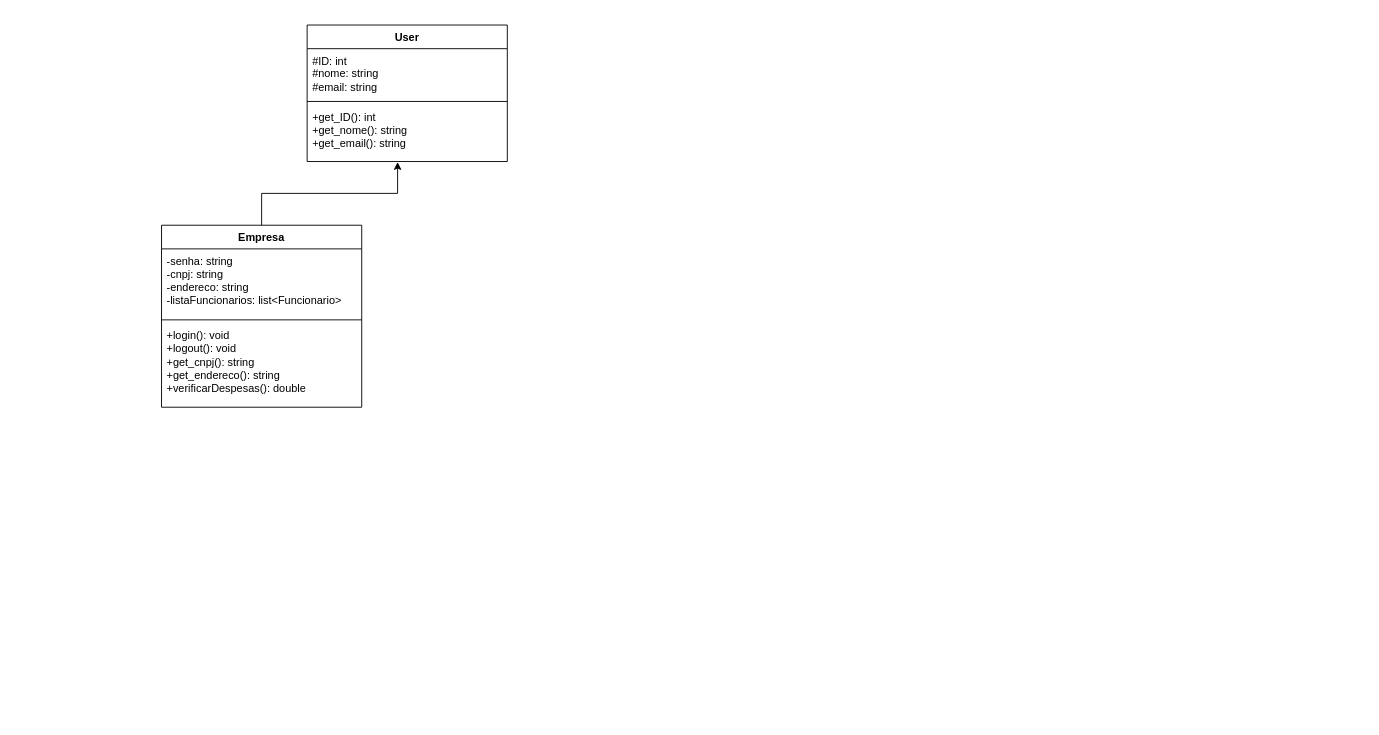
Above: Trabalho-APS.drawio in antoni0net0/Projeto-APS (draw.io), before the change. Source tidied: cells renumbered, new cells numbered last; positions are measured from the earlier drawing's top-left corner, leaving out a move shared by most shapes. Both pictures are drawn from the tidied source at 91%, with x=0, y=0 at pixel (161, 25).
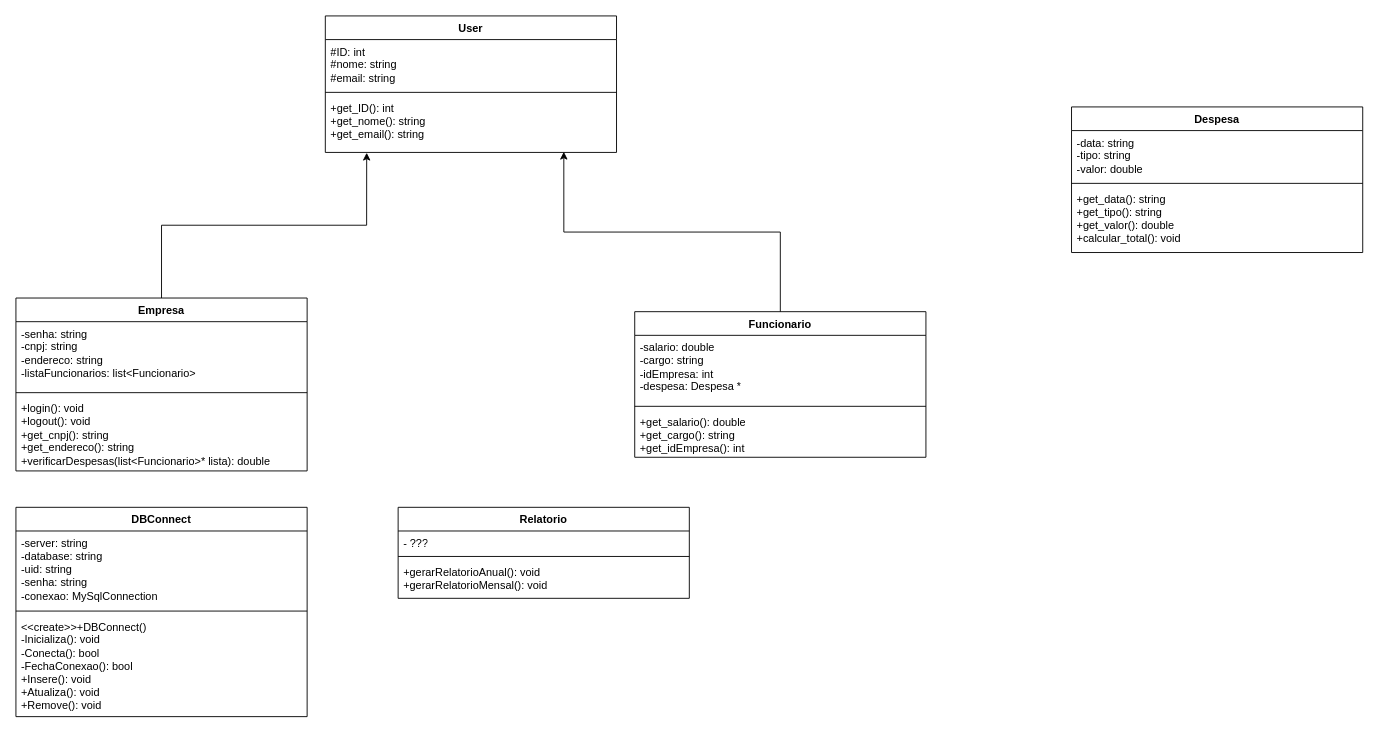
The same diagram, later.

Change to the diagram source:
```diff
@@
     <mxCell id="2" value="User" style="swimlane;fontStyle=1;align=center;verticalAlign=top;horizontal=1;startSize=26;whiteSpace=wrap;html=1;" parent="1" vertex="1">
-      <mxGeometry x="160" width="220" height="150" as="geometry" />
+      <mxGeometry x="180" y="-10" width="320" height="150" as="geometry" />
     </mxCell>
     <mxCell id="3" value="#ID: int&lt;div&gt;#nome: string&lt;/div&gt;&lt;div&gt;#email: string&lt;/div&gt;" style="text;strokeColor=none;fillColor=none;align=left;verticalAlign=top;spacingLeft=4;spacingRight=4;overflow=hidden;whiteSpace=wrap;html=1;" parent="2" vertex="1">
-      <mxGeometry y="26" width="220" height="54" as="geometry" />
+      <mxGeometry y="26" width="320" height="54" as="geometry" />
     </mxCell>
     <mxCell id="4" style="line;strokeWidth=1;fillColor=none;align=left;verticalAlign=middle;spacingTop=-1;spacingLeft=3;spacingRight=3;labelPosition=right;strokeColor=inherit;" parent="2" vertex="1">
-      <mxGeometry y="80" width="220" height="8" as="geometry" />
+      <mxGeometry y="80" width="320" height="8" as="geometry" />
     </mxCell>
     <mxCell id="5" value="+get_ID(): int&lt;div&gt;+get_nome(): string&lt;/div&gt;&lt;div&gt;+get_email(): string&lt;/div&gt;" style="text;strokeColor=none;fillColor=none;align=left;verticalAlign=top;spacingLeft=4;spacingRight=4;overflow=hidden;points=[[0,0.5],[1,0.5]];portConstraint=eastwest;whiteSpace=wrap;html=1;" parent="2" vertex="1">
-      <mxGeometry y="88" width="220" height="62" as="geometry" />
+      <mxGeometry y="88" width="320" height="62" as="geometry" />
     </mxCell>
     <mxCell id="6" value="Empresa" style="swimlane;fontStyle=1;align=center;verticalAlign=top;horizontal=1;startSize=26;whiteSpace=wrap;html=1;" parent="1" vertex="1">
-      <mxGeometry y="220" width="220" height="200" as="geometry" />
+      <mxGeometry x="-160" y="300" width="320" height="190" as="geometry" />
     </mxCell>
     <mxCell id="7" value="-senha: string&lt;div&gt;-cnpj: string&lt;/div&gt;&lt;div&gt;-endereco: string&lt;/div&gt;&lt;div&gt;-listaFuncionarios: list&amp;lt;Funcionario&amp;gt;&lt;br&gt;&lt;/div&gt;" style="text;strokeColor=none;fillColor=none;align=left;verticalAlign=top;spacingLeft=4;spacingRight=4;overflow=hidden;whiteSpace=wrap;html=1;" parent="6" vertex="1">
-      <mxGeometry y="26" width="220" height="74" as="geometry" />
+      <mxGeometry y="26" width="320" height="74" as="geometry" />
     </mxCell>
     <mxCell id="8" style="line;strokeWidth=1;fillColor=none;align=left;verticalAlign=middle;spacingTop=-1;spacingLeft=3;spacingRight=3;labelPosition=right;strokeColor=inherit;" parent="6" vertex="1">
-      <mxGeometry y="100" width="220" height="8" as="geometry" />
+      <mxGeometry y="100" width="320" height="8" as="geometry" />
     </mxCell>
-    <mxCell id="9" value="+login(): void&lt;div&gt;+logout(): void&lt;/div&gt;&lt;div&gt;&lt;div&gt;+get_cnpj(): string&lt;/div&gt;&lt;div&gt;&lt;div&gt;+get_endereco(): string&lt;/div&gt;&lt;div&gt;&lt;div&gt;+verificarDespesas(): double&lt;/div&gt;&lt;div&gt;&lt;br&gt;&lt;/div&gt;&lt;/div&gt;&lt;div&gt;&lt;br&gt;&lt;/div&gt;&lt;/div&gt;&lt;/div&gt;" style="text;strokeColor=none;fillColor=none;align=left;verticalAlign=top;spacingLeft=4;spacingRight=4;overflow=hidden;whiteSpace=wrap;html=1;" parent="6" vertex="1">
-      <mxGeometry y="108" width="220" height="92" as="geometry" />
+    <mxCell id="9" value="+login(): void&lt;div&gt;+logout(): void&lt;/div&gt;&lt;div&gt;&lt;div&gt;+get_cnpj(): string&lt;/div&gt;&lt;div&gt;&lt;div&gt;+get_endereco(): string&lt;/div&gt;&lt;div&gt;&lt;div&gt;+verificarDespesas(list&amp;lt;Funcionario&amp;gt;* lista): double&lt;/div&gt;&lt;div&gt;&lt;br&gt;&lt;/div&gt;&lt;/div&gt;&lt;div&gt;&lt;br&gt;&lt;/div&gt;&lt;/div&gt;&lt;/div&gt;" style="text;strokeColor=none;fillColor=none;align=left;verticalAlign=top;spacingLeft=4;spacingRight=4;overflow=hidden;whiteSpace=wrap;html=1;" parent="6" vertex="1">
+      <mxGeometry y="108" width="320" height="82" as="geometry" />
     </mxCell>
+    <mxCell id="11" value="Funcionario" style="swimlane;fontStyle=1;align=center;verticalAlign=top;horizontal=1;startSize=26;whiteSpace=wrap;html=1;" parent="1" vertex="1">
+      <mxGeometry x="520" y="315" width="320" height="160" as="geometry" />
+    </mxCell>
+    <mxCell id="12" value="-salario: double&lt;div&gt;-cargo: string&lt;/div&gt;&lt;div&gt;-idEmpresa: int&lt;/div&gt;&lt;div&gt;-despesa: Despesa *&lt;/div&gt;" style="text;strokeColor=none;fillColor=none;align=left;verticalAlign=top;spacingLeft=4;spacingRight=4;overflow=hidden;whiteSpace=wrap;html=1;" parent="11" vertex="1">
+      <mxGeometry y="26" width="320" height="74" as="geometry" />
+    </mxCell>
+    <mxCell id="13" style="line;strokeWidth=1;fillColor=none;align=left;verticalAlign=middle;spacingTop=-1;spacingLeft=3;spacingRight=3;labelPosition=right;strokeColor=inherit;" parent="11" vertex="1">
+      <mxGeometry y="100" width="320" height="8" as="geometry" />
+    </mxCell>
+    <mxCell id="14" value="+get_salario(): double&lt;div&gt;+get_cargo(): string&lt;/div&gt;&lt;div&gt;+get_idEmpresa(): int&lt;/div&gt;" style="text;strokeColor=none;fillColor=none;align=left;verticalAlign=top;spacingLeft=4;spacingRight=4;overflow=hidden;whiteSpace=wrap;html=1;" parent="11" vertex="1">
+      <mxGeometry y="108" width="320" height="52" as="geometry" />
+    </mxCell>
+    <mxCell id="15" style="edgeStyle=orthogonalEdgeStyle;rounded=0;jettySize=auto;html=1;entryX=0.819;entryY=0.989;entryDx=0;entryDy=0;entryPerimeter=0;" parent="1" edge="1" source="11" target="5">
+      <mxGeometry relative="1" as="geometry" />
+    </mxCell>
-    <mxCell id="10" style="edgeStyle=orthogonalEdgeStyle;rounded=0;jettySize=auto;html=1;entryX=0.452;entryY=1.01;entryDx=0;entryDy=0;entryPerimeter=0;" parent="1" edge="1" source="6" target="5">
+    <mxCell id="10" style="edgeStyle=orthogonalEdgeStyle;rounded=0;jettySize=auto;html=1;entryX=0.142;entryY=1.006;entryDx=0;entryDy=0;entryPerimeter=0;" parent="1" edge="1" source="6" target="5">
       <mxGeometry relative="1" as="geometry" />
     </mxCell>
+    <mxCell id="16" value="Despesa" style="swimlane;fontStyle=1;align=center;verticalAlign=top;horizontal=1;startSize=26;whiteSpace=wrap;html=1;" parent="1" vertex="1">
+      <mxGeometry x="1000" y="90" width="320" height="160" as="geometry" />
+    </mxCell>
+    <mxCell id="17" value="-data: string&lt;div&gt;-tipo: string&lt;/div&gt;&lt;div&gt;-valor: double&lt;/div&gt;" style="text;strokeColor=none;fillColor=none;align=left;verticalAlign=top;spacingLeft=4;spacingRight=4;overflow=hidden;whiteSpace=wrap;html=1;" parent="16" vertex="1">
+      <mxGeometry y="26" width="320" height="54" as="geometry" />
+    </mxCell>
+    <mxCell id="18" style="line;strokeWidth=1;fillColor=none;align=left;verticalAlign=middle;spacingTop=-1;spacingLeft=3;spacingRight=3;labelPosition=right;strokeColor=inherit;" parent="16" vertex="1">
+      <mxGeometry y="80" width="320" height="8" as="geometry" />
+    </mxCell>
+    <mxCell id="19" value="+get_data(): string&lt;div&gt;+get_tipo(): string&lt;/div&gt;&lt;div&gt;+get_valor(): double&lt;/div&gt;&lt;div&gt;+calcular_total(): void&lt;/div&gt;" style="text;strokeColor=none;fillColor=none;align=left;verticalAlign=top;spacingLeft=4;spacingRight=4;overflow=hidden;whiteSpace=wrap;html=1;" parent="16" vertex="1">
+      <mxGeometry y="88" width="320" height="72" as="geometry" />
+    </mxCell>
+    <mxCell id="20" value="DBConnect" style="swimlane;fontStyle=1;align=center;verticalAlign=top;horizontal=1;startSize=26;whiteSpace=wrap;html=1;" parent="1" vertex="1">
+      <mxGeometry x="-160" y="530" width="320" height="230" as="geometry" />
+    </mxCell>
+    <mxCell id="21" value="-server: string&lt;div&gt;-database: string&lt;/div&gt;&lt;div&gt;-uid: string&lt;/div&gt;&lt;div&gt;&lt;div&gt;-senha: string&lt;/div&gt;&lt;div&gt;&lt;div&gt;-conexao: MySqlConnection&lt;/div&gt;&lt;div&gt;&lt;br&gt;&lt;/div&gt;&lt;/div&gt;&lt;/div&gt;&lt;div&gt;&lt;br&gt;&lt;/div&gt;" style="text;strokeColor=none;fillColor=none;align=left;verticalAlign=top;spacingLeft=4;spacingRight=4;overflow=hidden;whiteSpace=wrap;html=1;" parent="20" vertex="1">
+      <mxGeometry y="26" width="320" height="84" as="geometry" />
+    </mxCell>
+    <mxCell id="22" style="line;strokeWidth=1;fillColor=none;align=left;verticalAlign=middle;spacingTop=-1;spacingLeft=3;spacingRight=3;labelPosition=right;strokeColor=inherit;" parent="20" vertex="1">
+      <mxGeometry y="110" width="320" height="8" as="geometry" />
+    </mxCell>
+    <mxCell id="23" value="&lt;div&gt;&amp;lt;&amp;lt;create&amp;gt;&amp;gt;+DBConnect()&lt;/div&gt;-Inicializa(): void&lt;div&gt;-Conecta(): bool&lt;/div&gt;&lt;div&gt;-FechaConexao(): bool&lt;/div&gt;&lt;div&gt;+Insere(): void&lt;div&gt;+Atualiza(): void&lt;/div&gt;&lt;div&gt;+Remove(): void&lt;/div&gt;&lt;/div&gt;" style="text;strokeColor=none;fillColor=none;align=left;verticalAlign=top;spacingLeft=4;spacingRight=4;overflow=hidden;whiteSpace=wrap;html=1;" parent="20" vertex="1">
+      <mxGeometry y="118" width="320" height="112" as="geometry" />
+    </mxCell>
+    <mxCell id="24" value="Relatorio" style="swimlane;fontStyle=1;align=center;verticalAlign=top;horizontal=1;startSize=26;whiteSpace=wrap;html=1;" parent="1" vertex="1">
+      <mxGeometry x="260" y="530" width="320" height="100" as="geometry" />
+    </mxCell>
+    <mxCell id="25" value="&lt;div&gt;- ???&lt;/div&gt;" style="text;strokeColor=none;fillColor=none;align=left;verticalAlign=top;spacingLeft=4;spacingRight=4;overflow=hidden;whiteSpace=wrap;html=1;" parent="24" vertex="1">
+      <mxGeometry y="26" width="320" height="24" as="geometry" />
+    </mxCell>
+    <mxCell id="26" style="line;strokeWidth=1;fillColor=none;align=left;verticalAlign=middle;spacingTop=-1;spacingLeft=3;spacingRight=3;labelPosition=right;strokeColor=inherit;" parent="24" vertex="1">
+      <mxGeometry y="50" width="320" height="8" as="geometry" />
+    </mxCell>
+    <mxCell id="27" value="+gerarRelatorioAnual(): void&lt;div&gt;+gerarRelatorioMensal(): void&lt;/div&gt;" style="text;strokeColor=none;fillColor=none;align=left;verticalAlign=top;spacingLeft=4;spacingRight=4;overflow=hidden;whiteSpace=wrap;html=1;" parent="24" vertex="1">
+      <mxGeometry y="58" width="320" height="42" as="geometry" />
+    </mxCell>
```
